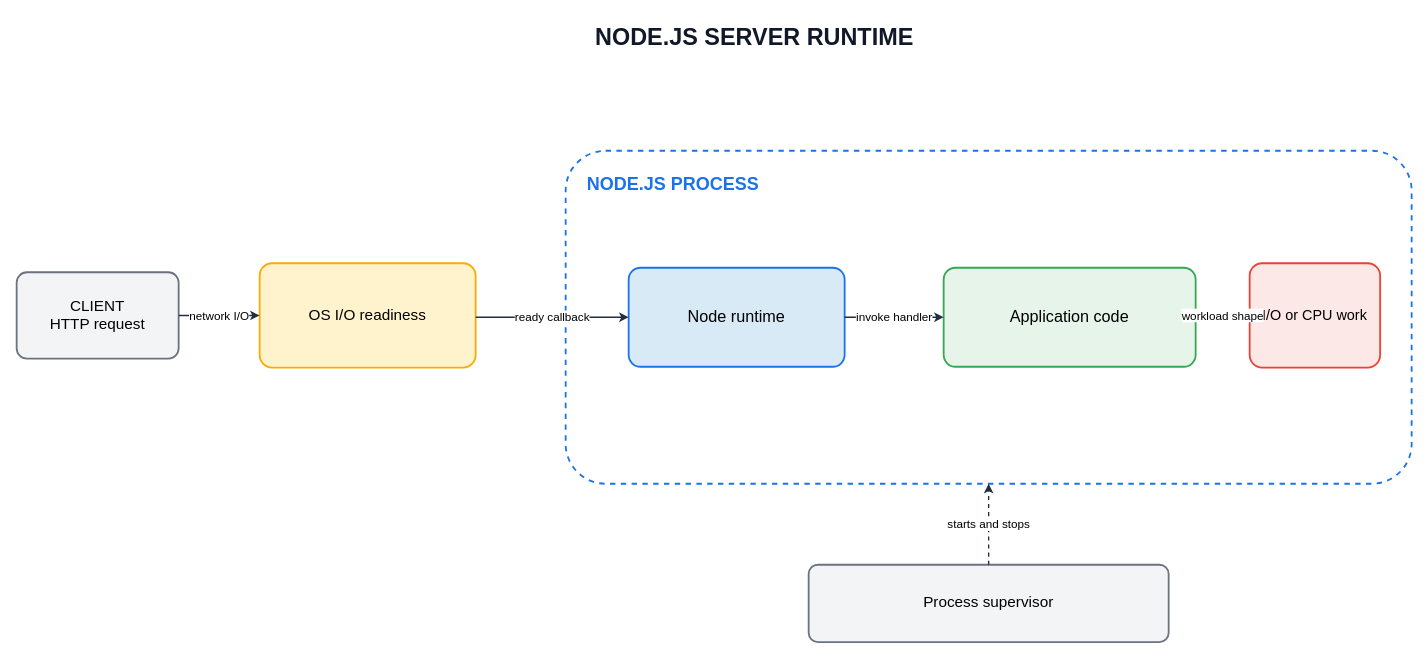
The draw.io diagram assets/img/nodejs/nodejs-server-runtime-overview.drawio in KKamJi98/kkamji98.github.io, before the edit. Source tidied: cells renumbered, new cells numbered last; positions are measured from the earlier drawing's top-left corner, leaving out a move shared by most shapes. Both pictures are drawn from the tidied source at 90%, with x=0, y=0 at pixel (16, 15).
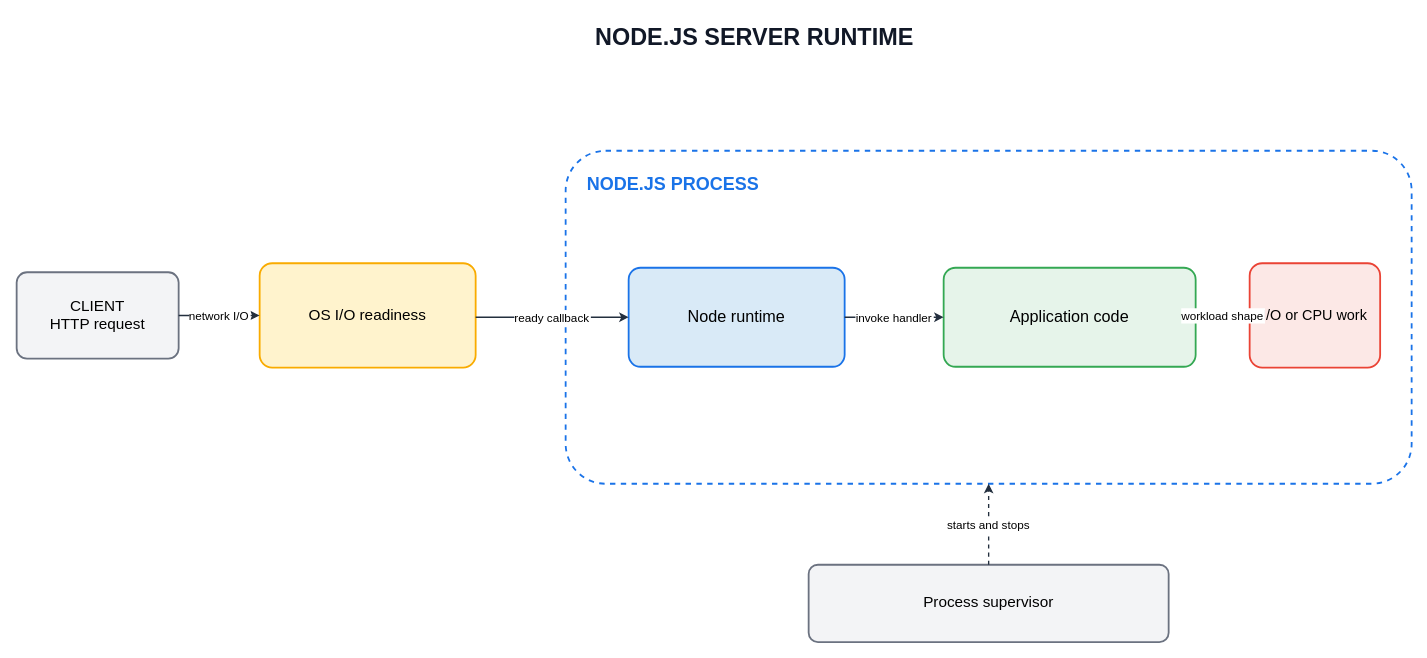
After the change.

Change to the diagram source:
```diff
@@
 <mxGraphModel background="#FFFFFF">
   <root>
     <mxCell id="0" />
     <mxCell id="1" parent="0" />
     <mxCell id="2" value="NODE.JS SERVER RUNTIME" style="rounded=0;whiteSpace=wrap;html=1;fillColor=none;strokeColor=none;fontColor=#111827;fontSize=26;fontStyle=1;align=center;verticalAlign=middle;" parent="1" vertex="1">
       <mxGeometry x="560" width="520" height="48" as="geometry" />
     </mxCell>
     <mxCell id="3" value="CLIENT&lt;br&gt;HTTP request" style="rounded=1;arcSize=12;whiteSpace=wrap;html=1;fillColor=#F3F4F6;strokeColor=#6B7280;strokeWidth=2;fontColor=#000000;fontSize=17;align=center;verticalAlign=middle;" parent="1" vertex="1">
       <mxGeometry y="285" width="180" height="96" as="geometry" />
     </mxCell>
     <mxCell id="4" value="OS I/O readiness" style="rounded=1;arcSize=12;whiteSpace=wrap;html=1;fillColor=#FFF3CD;strokeColor=#F9AB00;strokeWidth=2;fontColor=#000000;fontSize=17;align=center;verticalAlign=middle;" parent="1" vertex="1">
       <mxGeometry x="270" y="275" width="240" height="116" as="geometry" />
     </mxCell>
     <mxCell id="5" value="NODE.JS PROCESS" style="rounded=1;arcSize=12;whiteSpace=wrap;html=1;fillColor=none;strokeColor=#1A73E8;strokeWidth=2;dashed=1;fontColor=#1A73E8;fontSize=20;fontStyle=1;align=left;verticalAlign=top;spacingTop=18;spacingLeft=22;" parent="1" vertex="1">
       <mxGeometry x="610" y="150" width="940" height="370" as="geometry" />
     </mxCell>
     <mxCell id="6" value="Node runtime" style="rounded=1;arcSize=12;whiteSpace=wrap;html=1;fillColor=#D9EAF7;strokeColor=#1A73E8;strokeWidth=2;fontColor=#000000;fontSize=18;align=center;verticalAlign=middle;" parent="1" vertex="1">
       <mxGeometry x="680" y="280" width="240" height="110" as="geometry" />
     </mxCell>
     <mxCell id="7" value="Application code" style="rounded=1;arcSize=12;whiteSpace=wrap;html=1;fillColor=#E6F4EA;strokeColor=#34A853;strokeWidth=2;fontColor=#000000;fontSize=18;align=center;verticalAlign=middle;" parent="1" vertex="1">
       <mxGeometry x="1030" y="280" width="280" height="110" as="geometry" />
     </mxCell>
     <mxCell id="8" value="I/O or CPU work" style="rounded=1;arcSize=12;whiteSpace=wrap;html=1;fillColor=#FCE8E6;strokeColor=#EA4335;strokeWidth=2;fontColor=#000000;fontSize=16;align=center;verticalAlign=middle;" parent="1" vertex="1">
       <mxGeometry x="1370" y="275" width="145" height="116" as="geometry" />
     </mxCell>
     <mxCell id="9" value="Process supervisor" style="rounded=1;arcSize=12;whiteSpace=wrap;html=1;fillColor=#F3F4F6;strokeColor=#6B7280;strokeWidth=2;fontColor=#000000;fontSize=17;align=center;verticalAlign=middle;" parent="1" vertex="1">
       <mxGeometry x="880" y="610" width="400" height="86" as="geometry" />
     </mxCell>
-    <mxCell id="10" value="network I/O" style="edgeStyle=orthogonalEdgeStyle;rounded=0;html=1;strokeColor=#232F3E;strokeWidth=1.5;fontColor=#000000;fontSize=13;labelBackgroundColor=#FFFFFF;exitX=1;exitY=0.5;entryX=0;entryY=0.5;" parent="1" edge="1" source="3" target="4">
+    <mxCell id="10" value="network I/O" style="edgeStyle=orthogonalEdgeStyle;rounded=0;html=0;strokeColor=#232F3E;strokeWidth=1.5;fontColor=#000000;fontSize=13;labelBackgroundColor=#FFFFFF;exitX=1;exitY=0.5;entryX=0;entryY=0.5;" parent="1" edge="1" source="3" target="4">
       <mxGeometry relative="1" as="geometry" />
     </mxCell>
-    <mxCell id="11" value="ready callback" style="edgeStyle=orthogonalEdgeStyle;rounded=0;html=1;strokeColor=#232F3E;strokeWidth=1.5;fontColor=#000000;fontSize=13;labelBackgroundColor=#FFFFFF;exitX=1;exitY=0.5172;entryX=0;entryY=0.5;" parent="1" edge="1" source="4" target="6">
+    <mxCell id="11" value="ready callback" style="edgeStyle=orthogonalEdgeStyle;rounded=0;html=0;strokeColor=#232F3E;strokeWidth=1.5;fontColor=#000000;fontSize=13;labelBackgroundColor=#FFFFFF;exitX=1;exitY=0.5172;entryX=0;entryY=0.5;" parent="1" edge="1" source="4" target="6">
       <mxGeometry relative="1" as="geometry" />
     </mxCell>
-    <mxCell id="12" value="invoke handler" style="edgeStyle=orthogonalEdgeStyle;rounded=0;html=1;strokeColor=#232F3E;strokeWidth=1.5;fontColor=#000000;fontSize=13;labelBackgroundColor=#FFFFFF;exitX=1;exitY=0.5;entryX=0;entryY=0.5;" parent="1" edge="1" source="6" target="7">
+    <mxCell id="12" value="invoke handler" style="edgeStyle=orthogonalEdgeStyle;rounded=0;html=0;strokeColor=#232F3E;strokeWidth=1.5;fontColor=#000000;fontSize=13;labelBackgroundColor=#FFFFFF;exitX=1;exitY=0.5;entryX=0;entryY=0.5;" parent="1" edge="1" source="6" target="7">
       <mxGeometry relative="1" as="geometry" />
     </mxCell>
-    <mxCell id="13" value="workload shape" style="edgeStyle=orthogonalEdgeStyle;rounded=0;html=1;strokeColor=#232F3E;strokeWidth=1.5;fontColor=#000000;fontSize=13;labelBackgroundColor=#FFFFFF;exitX=1;exitY=0.4818;entryX=0;entryY=0.5;" parent="1" edge="1" source="7" target="8">
+    <mxCell id="13" value="workload shape" style="edgeStyle=orthogonalEdgeStyle;rounded=0;html=0;strokeColor=#232F3E;strokeWidth=1.5;fontColor=#000000;fontSize=13;labelBackgroundColor=#FFFFFF;exitX=1;exitY=0.4818;entryX=0;entryY=0.5;" parent="1" edge="1" source="7" target="8">
       <mxGeometry relative="1" as="geometry" />
     </mxCell>
-    <mxCell id="14" value="starts and stops" style="edgeStyle=orthogonalEdgeStyle;rounded=0;html=1;dashed=1;strokeColor=#232F3E;strokeWidth=1.5;fontColor=#000000;fontSize=13;labelBackgroundColor=#FFFFFF;exitX=0.5;exitY=0;entryX=0.5;entryY=1;" parent="1" edge="1" source="9" target="5">
+    <mxCell id="14" value="starts and stops" style="edgeStyle=orthogonalEdgeStyle;rounded=0;html=0;dashed=1;strokeColor=#232F3E;strokeWidth=1.5;fontColor=#000000;fontSize=13;labelBackgroundColor=#FFFFFF;exitX=0.5;exitY=0;entryX=0.5;entryY=1;" parent="1" edge="1" source="9" target="5">
       <mxGeometry relative="1" as="geometry" />
     </mxCell>
   </root>
 </mxGraphModel>
```
